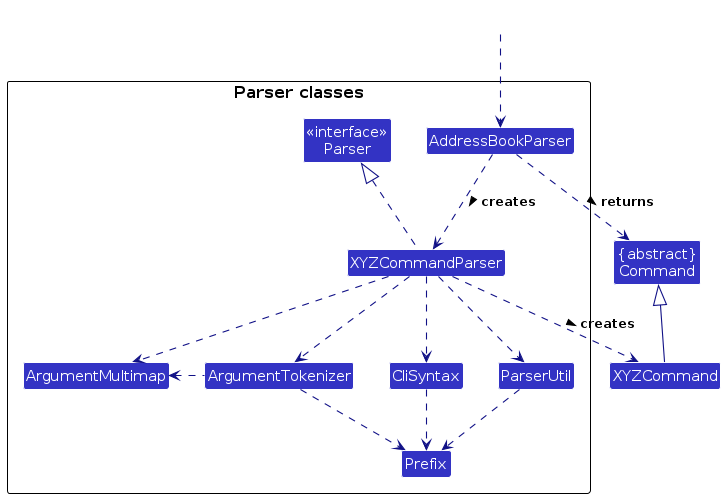
Before: diagrams/ParserClasses.png, a diagram exported from PlantUML (sudarshan2401/tp). Its source is kept beside it as diagrams/ParserClasses.puml. The source it was exported from:
```plantuml
@startuml
!include style.puml
skinparam arrowThickness 1.1
skinparam arrowColor LOGIC_COLOR_T4
skinparam classBackgroundColor LOGIC_COLOR

Class "{abstract}\nCommand" as Command
Class XYZCommand

package "Parser classes"{
Class "<<interface>>\nParser" as Parser
Class AddressBookParser
Class XYZCommandParser
Class CliSyntax
Class ParserUtil
Class ArgumentMultimap
Class ArgumentTokenizer
Class Prefix
}

Class HiddenOutside #FFFFFF
HiddenOutside ..> AddressBookParser

AddressBookParser .down.> XYZCommandParser: creates >

XYZCommandParser ..> XYZCommand : creates >
AddressBookParser ..> Command : returns >
XYZCommandParser .up.|> Parser
XYZCommandParser ..> ArgumentMultimap
XYZCommandParser ..> ArgumentTokenizer
ArgumentTokenizer .left.> ArgumentMultimap
XYZCommandParser ..> CliSyntax
CliSyntax ..> Prefix
XYZCommandParser ..> ParserUtil
ParserUtil .down.> Prefix
ArgumentTokenizer .down.> Prefix
XYZCommand -up-|> Command
@enduml
```
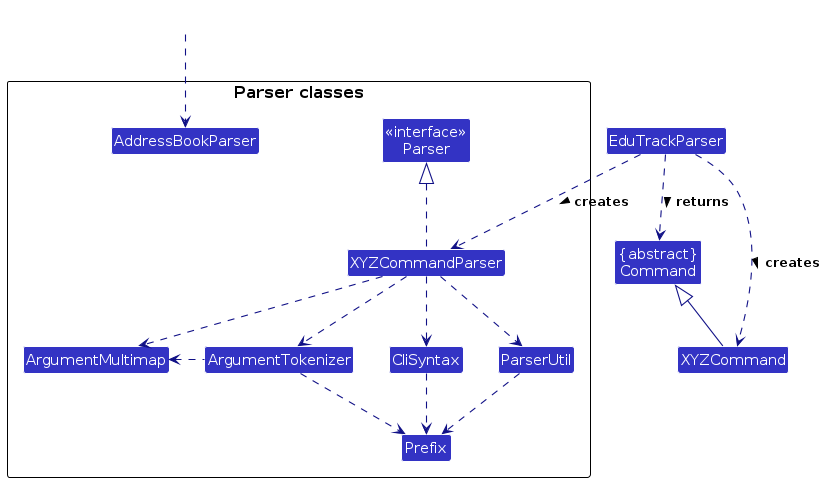
After the change.

Diff of the diagram source:
```diff
@@ -21,10 +21,10 @@
 Class HiddenOutside #FFFFFF
 HiddenOutside ..> AddressBookParser
 
-AddressBookParser .down.> XYZCommandParser: creates >
+EduTrackParser .down.> XYZCommandParser: creates >
 
-XYZCommandParser ..> XYZCommand : creates >
-AddressBookParser ..> Command : returns >
+EduTrackParser ..> XYZCommand : creates >
+EduTrackParser ..> Command : returns >
 XYZCommandParser .up.|> Parser
 XYZCommandParser ..> ArgumentMultimap
 XYZCommandParser ..> ArgumentTokenizer
```
